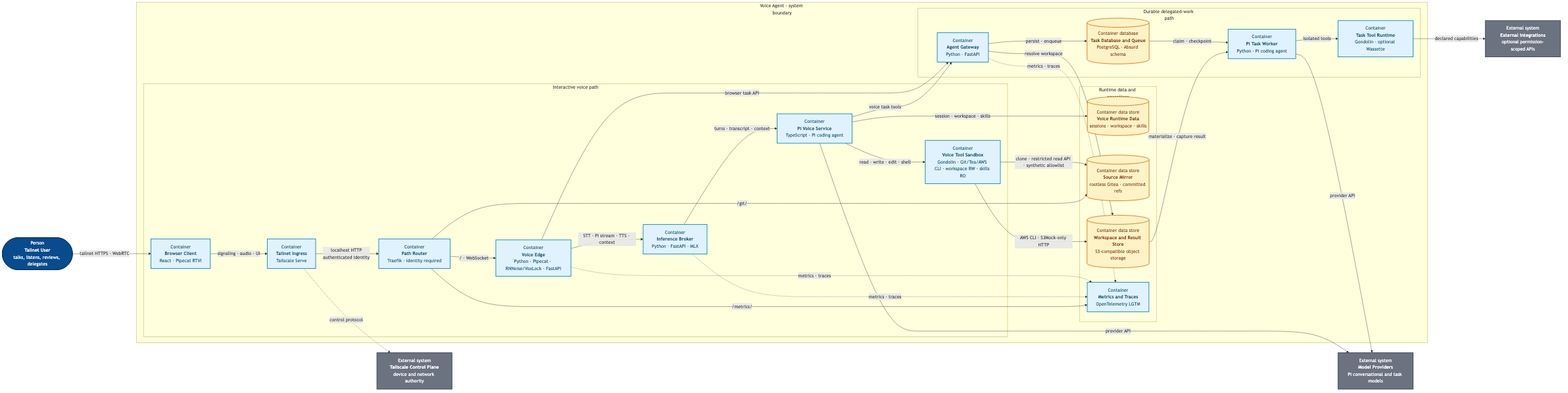
This is products/voice-agent/docs/architecture/c2-container.png from ragavsathish/agent-workload-platform, a Mermaid export, as it was before one commit. Its source is kept beside it as products/voice-agent/docs/architecture/c2-container.mmd.
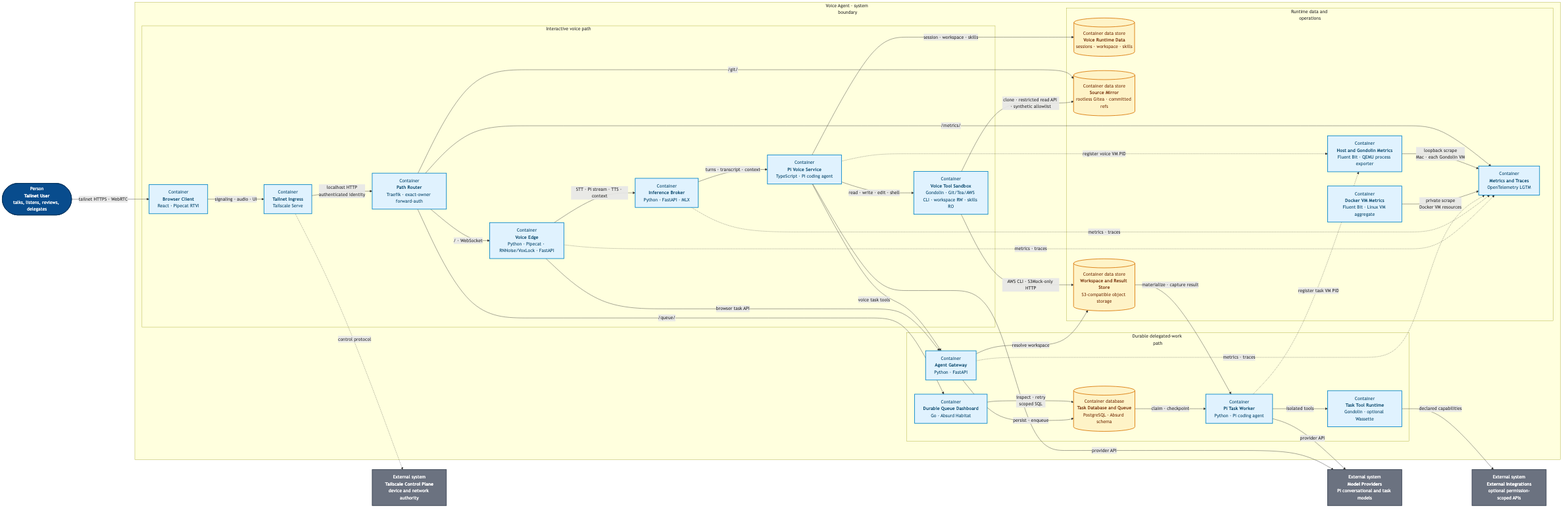
The same diagram one commit later.

Diff of the diagram source:
```diff
@@ -11,7 +11,7 @@
             direction LR
             BROWSER["Container<br/><b>Browser Client</b><br/>React · Pipecat RTVI"]
             INGRESS["Container<br/><b>Tailnet Ingress</b><br/>Tailscale Serve"]
-            ROUTER["Container<br/><b>Path Router</b><br/>Traefik · identity required"]
+            ROUTER["Container<br/><b>Path Router</b><br/>Traefik · exact-owner forward-auth"]
             EDGE["Container<br/><b>Voice Edge</b><br/>Python · Pipecat · RNNoise/VoxLock · FastAPI"]
             BROKER["Container<br/><b>Inference Broker</b><br/>Python · FastAPI · MLX"]
             PI["Container<br/><b>Pi Voice Service</b><br/>TypeScript · Pi coding agent"]
@@ -28,9 +28,11 @@
             direction LR
             GATEWAY["Container<br/><b>Agent Gateway</b><br/>Python · FastAPI"]
             TASKS[("Container database<br/><b>Task Database and Queue</b><br/>PostgreSQL · Absurd schema")]
+            HABITAT["Container<br/><b>Durable Queue Dashboard</b><br/>Go · Absurd Habitat"]
             WORKER["Container<br/><b>Pi Task Worker</b><br/>Python · Pi coding agent"]
             TASK_TOOLS["Container<br/><b>Task Tool Runtime</b><br/>Gondolin · optional Wassette"]
             GATEWAY -->|"persist · enqueue"| TASKS
+            HABITAT -->|"inspect · retry<br/>scoped SQL"| TASKS
             TASKS -->|"claim · checkpoint"| WORKER
             WORKER -->|"isolated tools"| TASK_TOOLS
         end
@@ -40,6 +42,8 @@
             VOICE_DATA[("Container data store<br/><b>Voice Runtime Data</b><br/>sessions · workspace · skills")]
             GITEA[("Container data store<br/><b>Source Mirror</b><br/>rootless Gitea · committed refs")]
             ARTIFACTS[("Container data store<br/><b>Workspace and Result Store</b><br/>S3-compatible object storage")]
+            DOCKER_METRICS["Container<br/><b>Docker VM Metrics</b><br/>Fluent Bit · Linux VM aggregate"]
+            HOST_METRICS["Container<br/><b>Host and Gondolin Metrics</b><br/>Fluent Bit · QEMU process exporter"]
             OTEL["Container<br/><b>Metrics and Traces</b><br/>OpenTelemetry LGTM"]
         end
 
@@ -53,8 +57,13 @@
         EDGE -.->|"metrics · traces"| OTEL
         BROKER -.->|"metrics · traces"| OTEL
         GATEWAY -.->|"metrics · traces"| OTEL
+        PI -.->|"register voice VM PID"| HOST_METRICS
+        WORKER -.->|"register task VM PID"| HOST_METRICS
+        DOCKER_METRICS -->|"private scrape<br/>Docker VM resources"| OTEL
+        HOST_METRICS -->|"loopback scrape<br/>Mac · each Gondolin VM"| OTEL
         ROUTER -->|"/metrics/"| OTEL
         ROUTER -->|"/git/"| GITEA
+        ROUTER -->|"/queue/"| HABITAT
     end
 
     USER -->|"tailnet HTTPS · WebRTC"| BROWSER
@@ -69,5 +78,5 @@
     classDef data fill:#fef3c7,color:#78350f,stroke:#d97706,stroke-width:2px;
     class USER person;
     class TSC,MODELS,INTEGRATIONS external;
-    class BROWSER,INGRESS,ROUTER,EDGE,BROKER,PI,VOICE_VM,GATEWAY,WORKER,TASK_TOOLS,OTEL container;
+    class BROWSER,INGRESS,ROUTER,EDGE,BROKER,PI,VOICE_VM,GATEWAY,HABITAT,WORKER,TASK_TOOLS,DOCKER_METRICS,HOST_METRICS,OTEL container;
     class TASKS,VOICE_DATA,GITEA,ARTIFACTS data;
```
